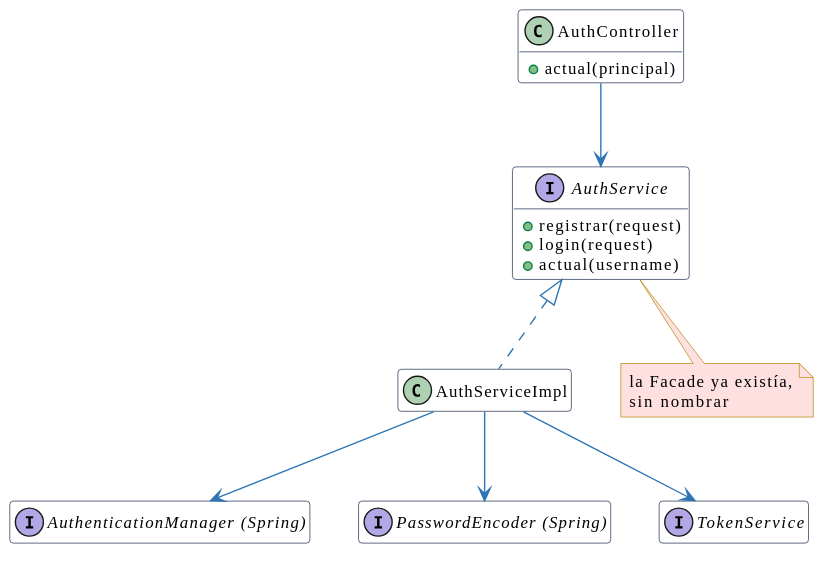
Before: docs/reporte/puml/facade-antes.svg, a diagram exported from PlantUML (andreiveisuade/TPO-ProcesoDesarrolloSoftware-V4). Its source is kept beside it as docs/reporte/puml/facade-antes.puml.
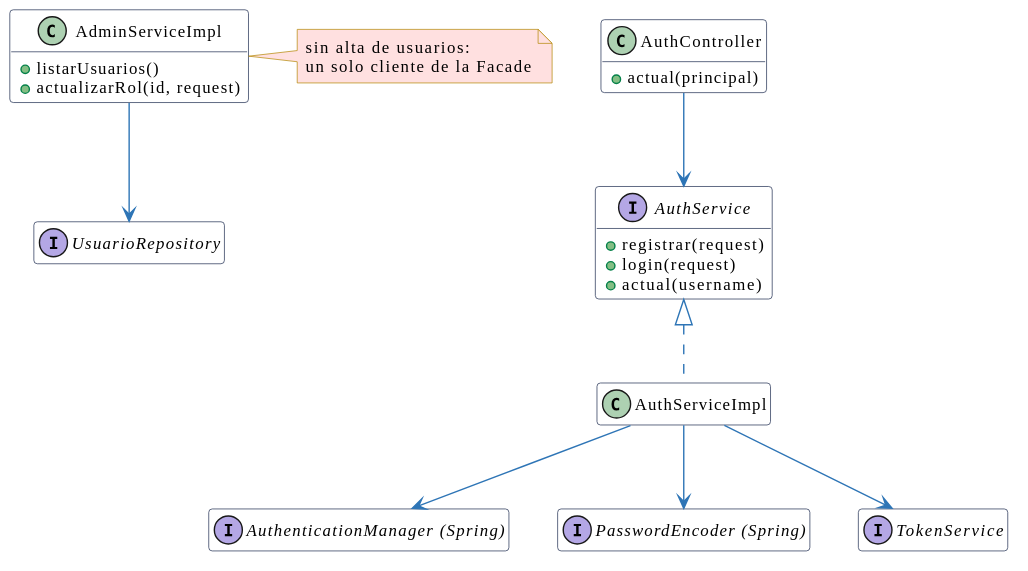
The same diagram one commit later.

Commit message:
Reporte V4: M13 Facade con dos clientes y M22 baja logica

What changed in the source:
```diff
@@ -18,6 +18,11 @@
   +actual(username)
 }
 class AuthServiceImpl
+class AdminServiceImpl {
+  +listarUsuarios()
+  +actualizarRol(id, request)
+}
+interface UsuarioRepository
 interface "AuthenticationManager (Spring)" as AM
 interface "PasswordEncoder (Spring)" as PE
 interface TokenService
@@ -26,8 +31,9 @@
 AuthServiceImpl --> AM
 AuthServiceImpl --> PE
 AuthServiceImpl --> TokenService
-note bottom of AuthService #FFE0E0
-  la Facade ya existía,
-  sin nombrar
+AdminServiceImpl --> UsuarioRepository
+note right of AdminServiceImpl #FFE0E0
+  sin alta de usuarios:
+  un solo cliente de la Facade
 end note
 @enduml
```
